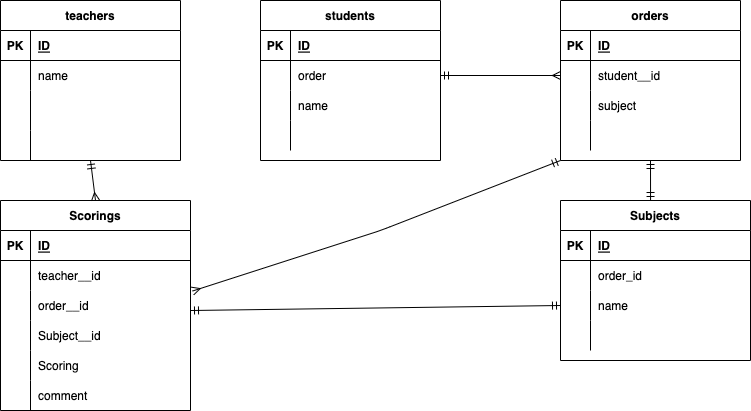
Earlier version of the draw.io export test.drawio.png (daiki239/20220701-). Source tidied: cells renumbered, new cells last; positions are measured from the earlier drawing's top-left corner, leaving out a move shared by most shapes.
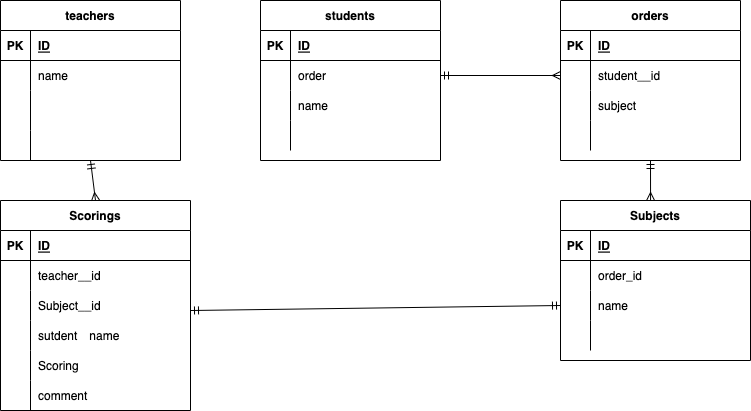
The same diagram one commit later.

Change to the diagram source:
```diff
@@ -107,7 +107,7 @@
     <mxCell id="36" style="shape=partialRectangle;fillColor=none;top=0;left=0;bottom=0;right=0;overflow=hidden;" parent="35" vertex="1">
       <mxGeometry width="30" height="30" as="geometry" />
     </mxCell>
-    <mxCell id="37" value="order__id" style="shape=partialRectangle;fillColor=none;top=0;left=0;bottom=0;right=0;align=left;spacingLeft=6;overflow=hidden;" parent="35" vertex="1">
+    <mxCell id="37" value="Subject__id" style="shape=partialRectangle;fillColor=none;top=0;left=0;bottom=0;right=0;align=left;spacingLeft=6;overflow=hidden;" parent="35" vertex="1">
       <mxGeometry x="30" width="160" height="30" as="geometry" />
     </mxCell>
     <mxCell id="38" style="shape=partialRectangle;fillColor=none;top=0;left=0;bottom=0;right=0;" parent="28" vertex="1">
@@ -116,7 +116,7 @@
     <mxCell id="39" style="shape=partialRectangle;fillColor=none;top=0;left=0;bottom=0;right=0;overflow=hidden;" parent="38" vertex="1">
       <mxGeometry width="30" height="30" as="geometry" />
     </mxCell>
-    <mxCell id="40" value="Subject__id" style="shape=partialRectangle;fillColor=none;top=0;left=0;bottom=0;right=0;align=left;spacingLeft=6;overflow=hidden;" parent="38" vertex="1">
+    <mxCell id="40" value="sutdent　name" style="shape=partialRectangle;fillColor=none;top=0;left=0;bottom=0;right=0;align=left;spacingLeft=6;overflow=hidden;" parent="38" vertex="1">
       <mxGeometry x="30" width="160" height="30" as="geometry" />
     </mxCell>
     <mxCell id="41" style="shape=partialRectangle;fillColor=none;top=0;left=0;bottom=0;right=0;" parent="28" vertex="1">
@@ -142,13 +142,6 @@
         <mxPoint x="90" y="160" as="sourcePoint" />
       </mxGeometry>
     </mxCell>
-    <mxCell id="48" style="html=1;targetPerimeterSpacing=8;endArrow=ERmany;endFill=0;startArrow=ERmandOne;startFill=0;entryX=1.011;entryY=0.017;entryDx=0;entryDy=0;entryPerimeter=0;exitX=0;exitY=1;exitDx=0;exitDy=0;" parent="1" edge="1" source="49" target="35">
-      <mxGeometry relative="1" as="geometry">
-        <Array as="points">
-          <mxPoint x="380" y="230" />
-        </Array>
-      </mxGeometry>
-    </mxCell>
     <mxCell id="49" value="orders" style="shape=table;startSize=30;rowLines=0;fontStyle=1;align=center;" parent="1" vertex="1">
       <mxGeometry x="560" width="180" height="160" as="geometry" />
     </mxCell>
@@ -230,7 +223,7 @@
     <mxCell id="75" style="shape=partialRectangle;fillColor=none;top=0;left=0;bottom=0;right=0;align=left;spacingLeft=6;overflow=hidden;" parent="73" vertex="1">
       <mxGeometry x="30" width="160" height="30" as="geometry" />
     </mxCell>
-    <mxCell id="76" style="html=1;targetPerimeterSpacing=8;endArrow=ERmandOne;endFill=0;startArrow=ERmandOne;startFill=0;entryX=0.474;entryY=0;entryDx=0;entryDy=0;exitX=0.5;exitY=1;exitDx=0;exitDy=0;entryPerimeter=0;" parent="1" edge="1" source="49" target="63">
+    <mxCell id="76" style="html=1;targetPerimeterSpacing=8;endArrow=ERmany;endFill=0;startArrow=ERmandOne;startFill=0;entryX=0.474;entryY=0;entryDx=0;entryDy=0;exitX=0.5;exitY=1;exitDx=0;exitDy=0;entryPerimeter=0;" parent="1" edge="1" source="49" target="63">
       <mxGeometry relative="1" as="geometry" />
     </mxCell>
     <mxCell id="77" style="html=1;targetPerimeterSpacing=8;endArrow=ERmandOne;endFill=0;startArrow=ERmandOne;startFill=0;entryX=0;entryY=0.5;entryDx=0;entryDy=0;exitX=1;exitY=0.667;exitDx=0;exitDy=0;exitPerimeter=0;" parent="1" edge="1" source="35" target="70">
```
